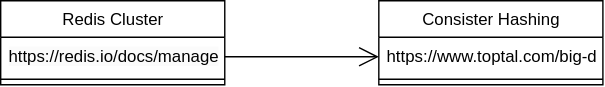
kartikchauhan/prep-mesh keeps this draw.io diagram as draw.io/Cache.svg. Above is the earlier version. Source tidied: cells renumbered, new cells last; positions are measured from the earlier drawing's top-left corner, leaving out a move shared by most shapes.
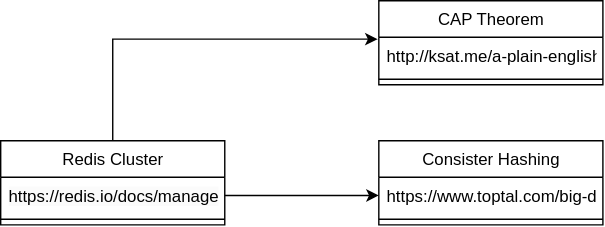
The same file after the commit.

The edit, as a diff of the source:
```diff
@@ -2,6 +2,9 @@
   <root>
     <mxCell id="0" />
     <mxCell id="1" parent="0" />
+    <mxCell id="9" style="edgeStyle=orthogonalEdgeStyle;rounded=0;jettySize=auto;html=1;entryX=-0.005;entryY=0.054;entryDx=0;entryDy=0;entryPerimeter=0;" parent="1" edge="1" source="2" target="11">
+      <mxGeometry relative="1" as="geometry" />
+    </mxCell>
     <mxCell id="2" value="&lt;span style=&quot;font-weight: 400;&quot;&gt;Redis Cluster&lt;/span&gt;" style="swimlane;fontStyle=1;align=center;verticalAlign=top;horizontal=1;startSize=26;html=1;" parent="1" vertex="1">
       <mxGeometry width="160" height="60" as="geometry" />
     </mxCell>
@@ -20,11 +23,17 @@
     <mxCell id="7" style="line;strokeWidth=1;fillColor=none;align=left;verticalAlign=middle;spacingTop=-1;spacingLeft=3;spacingRight=3;labelPosition=right;strokeColor=inherit;html=1;" parent="5" vertex="1">
       <mxGeometry y="52" width="160" height="8" as="geometry" />
     </mxCell>
-    <mxCell id="8" style="endArrow=open;endFill=1;endSize=12;html=1;rounded=0;" parent="1" edge="1">
-      <mxGeometry relative="1" as="geometry">
-        <mxPoint x="160" y="40" as="sourcePoint" />
-        <mxPoint x="270" y="40" as="targetPoint" />
-      </mxGeometry>
-    </mxCell>
+    <mxCell id="10" value="&lt;span style=&quot;font-weight: 400;&quot;&gt;CAP Theorem&lt;/span&gt;" style="swimlane;fontStyle=1;align=center;verticalAlign=top;horizontal=1;startSize=26;html=1;" parent="1" vertex="1">
+      <mxGeometry x="270" y="-100" width="160" height="60" as="geometry" />
+    </mxCell>
+    <mxCell id="11" value="http://ksat.me/a-plain-english-introduction-to-cap-theorem" style="text;strokeColor=none;fillColor=none;align=left;verticalAlign=top;spacingLeft=4;spacingRight=4;overflow=hidden;points=[[0,0.5],[1,0.5]];portConstraint=eastwest;html=1;" parent="10" vertex="1">
+      <mxGeometry y="26" width="160" height="26" as="geometry" />
+    </mxCell>
+    <mxCell id="12" style="line;strokeWidth=1;fillColor=none;align=left;verticalAlign=middle;spacingTop=-1;spacingLeft=3;spacingRight=3;labelPosition=right;strokeColor=inherit;html=1;" parent="10" vertex="1">
+      <mxGeometry y="52" width="160" height="8" as="geometry" />
+    </mxCell>
+    <mxCell id="13" style="edgeStyle=orthogonalEdgeStyle;rounded=0;jettySize=auto;html=1;entryX=0;entryY=0.5;entryDx=0;entryDy=0;" parent="1" edge="1" source="3" target="6">
+      <mxGeometry relative="1" as="geometry" />
+    </mxCell>
   </root>
 </mxGraphModel>
```
